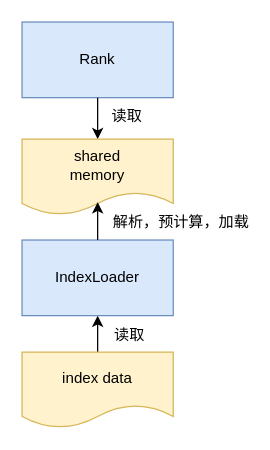
Before: page "索引优化" (3 of 4) of news.drawio in d0ngjun/drawio, a draw.io diagram. Source tidied: cells renumbered, new cells numbered last; positions are measured from the earlier drawing's top-left corner, leaving out a move shared by most shapes. Both pictures are drawn from the tidied source at 126%, with x=0, y=0 at pixel (21, 21).
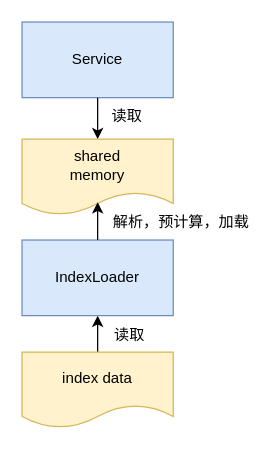
Above is the later version.

Commit message:
change service name

What changed in the source:
```diff
@@
 <mxGraphModel>
   <root>
     <mxCell id="0" />
     <mxCell id="1" parent="0" />
-    <mxCell id="2" value="Rank" style="rounded=0;whiteSpace=wrap;html=1;fillColor=#dae8fc;strokeColor=#6c8ebf;" parent="1" vertex="1">
+    <mxCell id="2" value="Service" style="rounded=0;whiteSpace=wrap;html=1;fillColor=#dae8fc;strokeColor=#6c8ebf;" parent="1" vertex="1">
       <mxGeometry width="120" height="60" as="geometry" />
     </mxCell>
     <mxCell id="3" style="edgeStyle=orthogonalEdgeStyle;rounded=0;jettySize=auto;html=1;fontSize=12;startArrow=classic;startFill=1;endArrow=none;endFill=0;" parent="1" edge="1" source="5" target="9">
       <mxGeometry relative="1" as="geometry" />
     </mxCell>
     <mxCell id="4" value="读取" style="edgeLabel;html=1;align=center;verticalAlign=middle;fontSize=12;" parent="3" vertex="1">
       <mxGeometry x="0.49" y="-1" relative="1" as="geometry">
         <mxPoint x="25" y="-1" as="offset" />
       </mxGeometry>
     </mxCell>
     <mxCell id="5" value="IndexLoader" style="rounded=0;whiteSpace=wrap;html=1;fillColor=#dae8fc;strokeColor=#6c8ebf;" parent="1" vertex="1">
       <mxGeometry y="173" width="120" height="60" as="geometry" />
     </mxCell>
     <mxCell id="6" style="edgeStyle=orthogonalEdgeStyle;rounded=0;jettySize=auto;html=1;fontSize=12;startArrow=classic;startFill=1;endArrow=none;endFill=0;" parent="1" edge="1" source="8" target="2">
       <mxGeometry relative="1" as="geometry" />
     </mxCell>
     <mxCell id="7" value="读取" style="edgeLabel;html=1;align=center;verticalAlign=middle;fontSize=12;" parent="6" vertex="1">
       <mxGeometry x="0.49" relative="1" as="geometry">
         <mxPoint x="22" y="2" as="offset" />
       </mxGeometry>
     </mxCell>
     <mxCell id="8" value="shared&lt;br&gt;memory" style="shape=document;whiteSpace=wrap;html=1;boundedLbl=1;fontSize=12;fillColor=#fff2cc;strokeColor=#d6b656;" parent="1" vertex="1">
       <mxGeometry y="93" width="120" height="60" as="geometry" />
     </mxCell>
     <mxCell id="9" value="index data" style="shape=document;whiteSpace=wrap;html=1;boundedLbl=1;fontSize=12;fillColor=#fff2cc;strokeColor=#d6b656;" parent="1" vertex="1">
       <mxGeometry y="262" width="120" height="60" as="geometry" />
     </mxCell>
     <mxCell id="10" style="edgeStyle=orthogonalEdgeStyle;rounded=0;jettySize=auto;html=1;fontSize=12;startArrow=classic;startFill=1;endArrow=none;endFill=0;entryX=0.5;entryY=0;entryDx=0;entryDy=0;" parent="1" edge="1" target="5">
       <mxGeometry relative="1" as="geometry">
         <mxPoint x="60" y="143" as="sourcePoint" />
       </mxGeometry>
     </mxCell>
     <mxCell id="11" value="解析，预计算，加载" style="edgeLabel;html=1;align=center;verticalAlign=middle;fontSize=12;" parent="10" vertex="1">
       <mxGeometry x="0.07" relative="1" as="geometry">
         <mxPoint x="65" y="-1" as="offset" />
       </mxGeometry>
     </mxCell>
   </root>
 </mxGraphModel>
```
